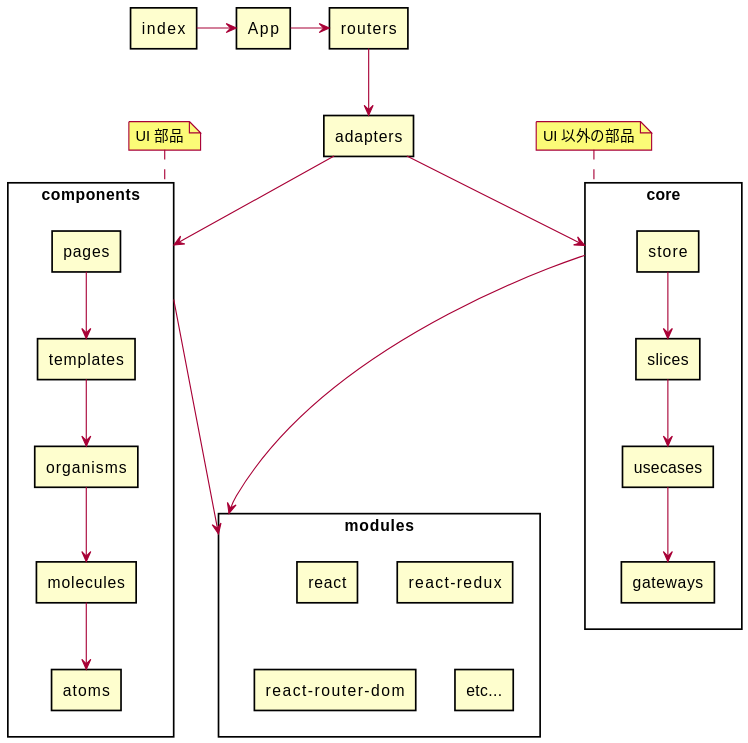
Earlier version of the PlantUML export docs/diagrams/out/architecture/dependencies.svg (yamagame/react-typescript-starter-app).
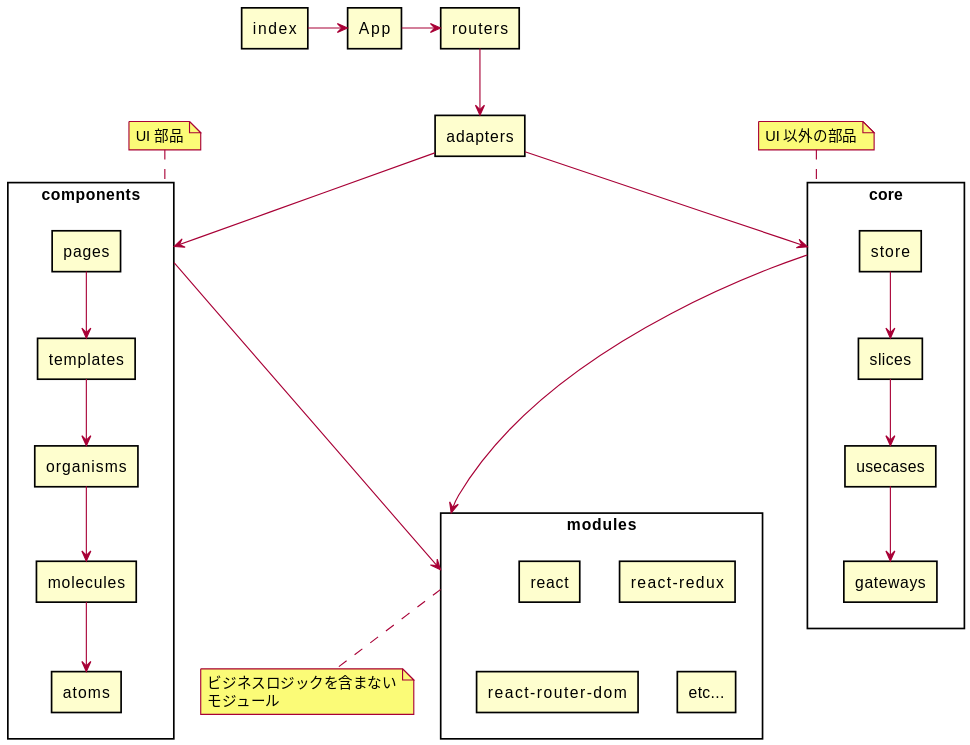
Later version of the same file.

Commit message:
依存関係図更新

Change to the diagram source:
```diff
@@ -47,6 +47,11 @@
 adapters --> components
 adapters --> core
 
+note bottom of modules
+  ビジネスロジックを含まない
+  モジュール
+end note
+
 package modules {
   rectangle react
   rectangle "react-redux"
```
